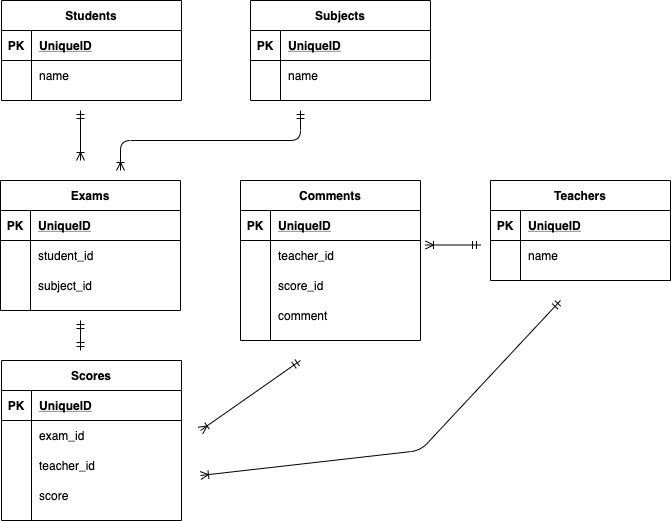
Before: test.drawio.png, a diagram exported from draw.io (nakamura-jin/DB). Source tidied: cells renumbered, new cells last; positions are measured from the earlier drawing's top-left corner, leaving out a move shared by most shapes.
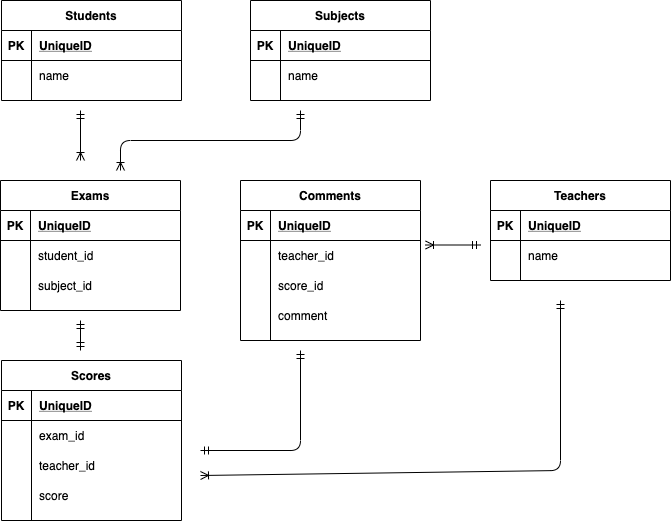
After the change.

What changed in the source:
```diff
@@ -179,12 +179,6 @@
         <mxPoint x="80" y="350" as="targetPoint" />
       </mxGeometry>
     </mxCell>
-    <mxCell id="60" style="fontSize=12;html=1;endArrow=ERoneToMany;startArrow=ERmandOne;" parent="1" edge="1">
-      <mxGeometry relative="1" as="geometry">
-        <mxPoint x="300" y="360" as="sourcePoint" />
-        <mxPoint x="200" y="430" as="targetPoint" />
-      </mxGeometry>
-    </mxCell>
     <mxCell id="61" style="fontSize=12;html=1;endArrow=ERoneToMany;startArrow=ERmandOne;" parent="1" edge="1">
       <mxGeometry relative="1" as="geometry">
         <mxPoint x="480" y="244.5" as="sourcePoint" />
@@ -196,7 +190,7 @@
         <mxPoint x="560" y="300" as="sourcePoint" />
         <mxPoint x="200" y="475" as="targetPoint" />
         <Array as="points">
-          <mxPoint x="420" y="450" />
+          <mxPoint x="560" y="470" />
         </Array>
       </mxGeometry>
     </mxCell>
@@ -212,5 +206,11 @@
         <mxPoint x="120" y="170" as="targetPoint" />
       </mxGeometry>
     </mxCell>
+    <mxCell id="65" style="edgeStyle=orthogonalEdgeStyle;fontSize=12;html=1;endArrow=ERmandOne;startArrow=ERmandOne;elbow=vertical;" parent="1" edge="1">
+      <mxGeometry relative="1" as="geometry">
+        <mxPoint x="200" y="450" as="sourcePoint" />
+        <mxPoint x="300" y="350" as="targetPoint" />
+      </mxGeometry>
+    </mxCell>
   </root>
 </mxGraphModel>
```
